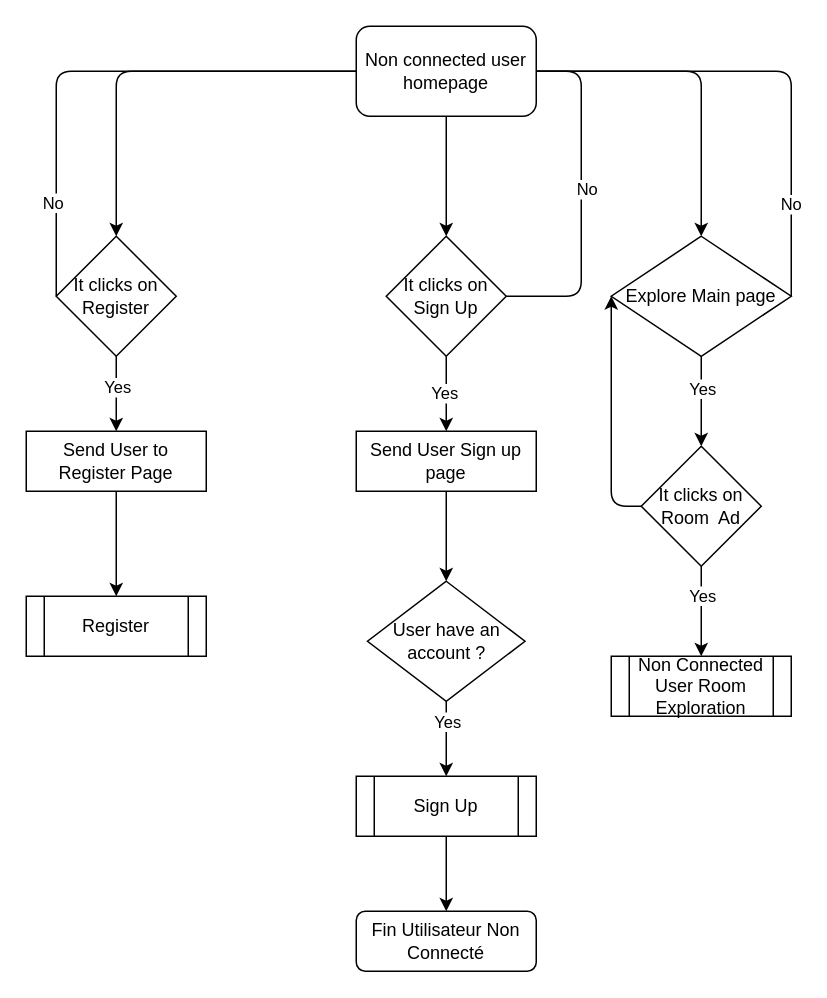
Earlier version of the draw.io diagram prodDocs/Algoritme/SecondTry/NonConnectedUser/Roompage.drawio (Conchero/ecf-back). Source tidied: cells renumbered, new cells numbered last; positions are measured from the earlier drawing's top-left corner, leaving out a move shared by most shapes. Both pictures are drawn from the tidied source at 150%, with x=0, y=0 at pixel (26, 26).
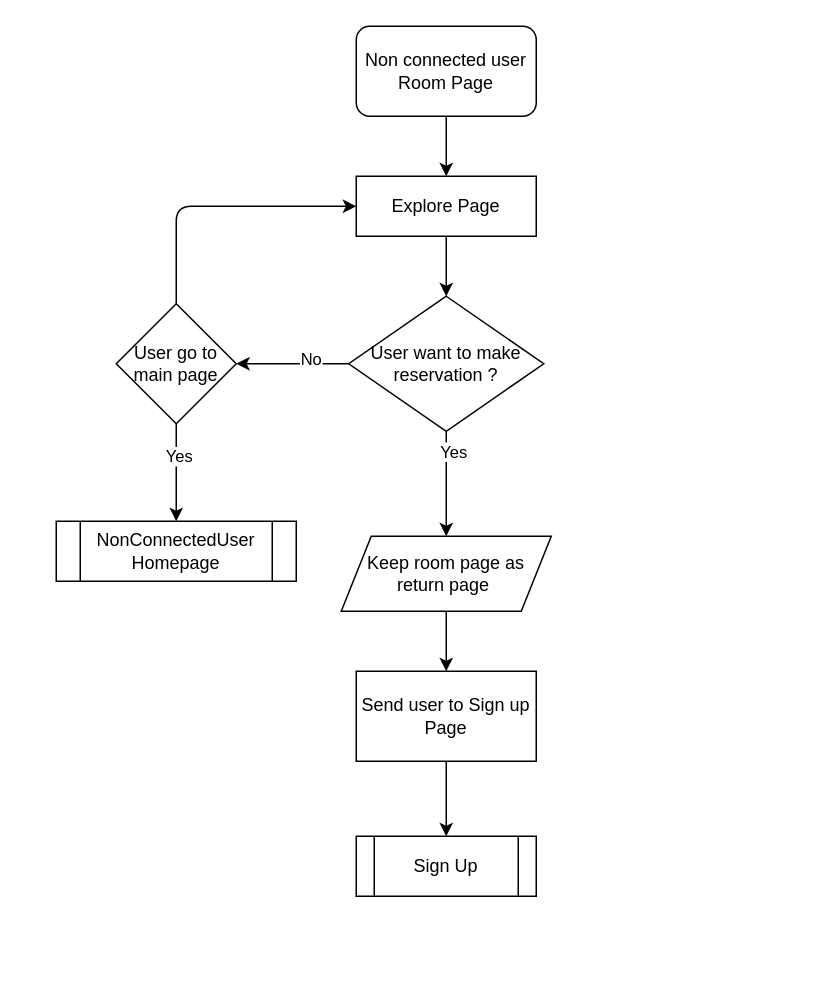
The same diagram, later.

Commit message (it also covers changes not shown here):
more algo switching to flux diagram branch

What changed in the source:
```diff
@@
-    <mxCell id="2" style="edgeStyle=none;html=1;entryX=0.5;entryY=0;entryDx=0;entryDy=0;exitX=0;exitY=0.5;exitDx=0;exitDy=0;" parent="1" edge="1" source="5" target="9">
-      <mxGeometry relative="1" as="geometry">
-        <Array as="points">
-          <mxPoint x="60" y="30" />
-        </Array>
-      </mxGeometry>
-    </mxCell>
-    <mxCell id="3" style="edgeStyle=none;html=1;" parent="1" edge="1" source="5" target="14">
-      <mxGeometry relative="1" as="geometry" />
-    </mxCell>
-    <mxCell id="4" style="edgeStyle=none;html=1;entryX=0.5;entryY=0;entryDx=0;entryDy=0;" parent="1" edge="1" source="5" target="19">
-      <mxGeometry relative="1" as="geometry">
-        <Array as="points">
-          <mxPoint x="450" y="30" />
-        </Array>
-      </mxGeometry>
-    </mxCell>
+    <mxCell id="37" style="edgeStyle=none;html=1;" parent="1" edge="1" source="5" target="34">
+      <mxGeometry relative="1" as="geometry" />
+    </mxCell>
-    <mxCell id="5" value="Non connected user homepage" style="rounded=1;whiteSpace=wrap;html=1;" parent="1" vertex="1">
+    <mxCell id="5" value="Non connected user Room Page" style="rounded=1;whiteSpace=wrap;html=1;" parent="1" vertex="1">
       <mxGeometry x="220" width="120" height="60" as="geometry" />
     </mxCell>
-    <mxCell id="6" style="edgeStyle=none;html=1;entryX=0;entryY=0.5;entryDx=0;entryDy=0;exitX=0;exitY=0.5;exitDx=0;exitDy=0;endArrow=none;endFill=0;" parent="1" edge="1" source="9" target="5">
-      <mxGeometry relative="1" as="geometry">
-        <Array as="points">
-          <mxPoint x="20" y="30" />
-        </Array>
-      </mxGeometry>
-    </mxCell>
-    <mxCell id="7" value="No" style="edgeLabel;html=1;align=center;verticalAlign=middle;" parent="6" vertex="1">
-      <mxGeometry x="-0.64" y="3" relative="1" as="geometry" />
-    </mxCell>
-    <mxCell id="8" style="edgeStyle=none;html=1;" parent="1" edge="1" source="23" target="20">
-      <mxGeometry relative="1" as="geometry" />
-    </mxCell>
-    <mxCell id="9" value="It clicks on&lt;div&gt;Register&lt;/div&gt;" style="rhombus;whiteSpace=wrap;html=1;" parent="1" vertex="1">
-      <mxGeometry x="20" y="140" width="80" height="80" as="geometry" />
-    </mxCell>
-    <mxCell id="10" style="edgeStyle=none;html=1;entryX=1;entryY=0.5;entryDx=0;entryDy=0;exitX=1;exitY=0.5;exitDx=0;exitDy=0;endArrow=none;endFill=0;" parent="1" edge="1" source="14" target="5">
-      <mxGeometry relative="1" as="geometry">
-        <Array as="points">
-          <mxPoint x="370" y="180" />
-          <mxPoint x="370" y="30" />
-        </Array>
-      </mxGeometry>
-    </mxCell>
-    <mxCell id="11" value="No" style="edgeLabel;html=1;align=center;verticalAlign=middle;" parent="10" vertex="1">
-      <mxGeometry x="0.06" y="-3" relative="1" as="geometry" />
-    </mxCell>
-    <mxCell id="12" style="edgeStyle=none;html=1;" parent="1" edge="1" source="14" target="26">
-      <mxGeometry relative="1" as="geometry" />
-    </mxCell>
-    <mxCell id="13" value="Yes" style="edgeLabel;html=1;align=center;verticalAlign=middle;" parent="12" vertex="1">
-      <mxGeometry x="-0.03" y="-2" relative="1" as="geometry" />
-    </mxCell>
-    <mxCell id="14" value="It clicks on Sign Up" style="rhombus;whiteSpace=wrap;html=1;" parent="1" vertex="1">
-      <mxGeometry x="240" y="140" width="80" height="80" as="geometry" />
-    </mxCell>
-    <mxCell id="15" style="edgeStyle=none;html=1;entryX=1;entryY=0.5;entryDx=0;entryDy=0;exitX=1;exitY=0.5;exitDx=0;exitDy=0;endArrow=none;endFill=0;" parent="1" edge="1" source="19" target="5">
-      <mxGeometry relative="1" as="geometry">
-        <Array as="points">
-          <mxPoint x="510" y="30" />
-        </Array>
-      </mxGeometry>
-    </mxCell>
-    <mxCell id="16" value="No" style="edgeLabel;html=1;align=center;verticalAlign=middle;" parent="15" vertex="1">
-      <mxGeometry x="-0.61" y="1" relative="1" as="geometry" />
-    </mxCell>
-    <mxCell id="17" style="edgeStyle=none;html=1;" parent="1" edge="1" source="19" target="35">
-      <mxGeometry relative="1" as="geometry" />
-    </mxCell>
-    <mxCell id="18" value="Yes" style="edgeLabel;html=1;align=center;verticalAlign=middle;" parent="17" vertex="1">
-      <mxGeometry x="-0.3" relative="1" as="geometry" />
-    </mxCell>
-    <mxCell id="19" value="Explore Main page" style="rhombus;whiteSpace=wrap;html=1;" parent="1" vertex="1">
-      <mxGeometry x="390" y="140" width="120" height="80" as="geometry" />
-    </mxCell>
-    <mxCell id="20" value="Register" style="shape=process;whiteSpace=wrap;html=1;backgroundOutline=1;" parent="1" vertex="1">
-      <mxGeometry y="380" width="120" height="40" as="geometry" />
-    </mxCell>
-    <mxCell id="21" style="edgeStyle=none;html=1;" parent="1" edge="1" source="9" target="23">
-      <mxGeometry relative="1" as="geometry" />
-    </mxCell>
-    <mxCell id="22" value="Yes" style="edgeLabel;html=1;align=center;verticalAlign=middle;" parent="21" vertex="1">
-      <mxGeometry x="-0.2" y="3" relative="1" as="geometry">
-        <mxPoint x="-3" as="offset" />
-      </mxGeometry>
-    </mxCell>
-    <mxCell id="23" value="Send User to Register Page" style="rounded=0;whiteSpace=wrap;html=1;" parent="1" vertex="1">
-      <mxGeometry y="270" width="120" height="40" as="geometry" />
-    </mxCell>
-    <mxCell id="24" value="Fin Utilisateur Non Connecté" style="rounded=1;whiteSpace=wrap;html=1;" parent="1" vertex="1">
-      <mxGeometry x="220" y="590" width="120" height="40" as="geometry" />
-    </mxCell>
-    <mxCell id="25" style="edgeStyle=none;html=1;" parent="1" edge="1" source="26" target="28">
-      <mxGeometry relative="1" as="geometry" />
-    </mxCell>
-    <mxCell id="26" value="Send User Sign up page" style="rounded=0;whiteSpace=wrap;html=1;" parent="1" vertex="1">
-      <mxGeometry x="220" y="270" width="120" height="40" as="geometry" />
-    </mxCell>
-    <mxCell id="27" style="edgeStyle=none;html=1;" parent="1" edge="1" source="31" target="24">
-      <mxGeometry relative="1" as="geometry" />
-    </mxCell>
-    <mxCell id="28" value="User have an account ?" style="rhombus;whiteSpace=wrap;html=1;" parent="1" vertex="1">
-      <mxGeometry x="227.5" y="370" width="105" height="80" as="geometry" />
-    </mxCell>
-    <mxCell id="29" style="edgeStyle=none;html=1;" parent="1" edge="1" source="28" target="31">
-      <mxGeometry relative="1" as="geometry" />
-    </mxCell>
-    <mxCell id="30" value="Yes" style="edgeLabel;html=1;align=center;verticalAlign=middle;" parent="29" vertex="1">
-      <mxGeometry x="-0.49" y="3" relative="1" as="geometry">
-        <mxPoint x="-3" as="offset" />
-      </mxGeometry>
-    </mxCell>
+    <mxCell id="38" style="edgeStyle=none;html=1;" parent="1" edge="1" source="34" target="43">
+      <mxGeometry relative="1" as="geometry" />
+    </mxCell>
+    <mxCell id="34" value="Explore Page" style="rounded=0;whiteSpace=wrap;html=1;" parent="1" vertex="1">
+      <mxGeometry x="220" y="100" width="120" height="40" as="geometry" />
+    </mxCell>
+    <mxCell id="39" style="edgeStyle=none;html=1;" parent="1" edge="1" source="43" target="45">
+      <mxGeometry relative="1" as="geometry" />
+    </mxCell>
+    <mxCell id="40" value="Yes" style="edgeLabel;html=1;align=center;verticalAlign=middle;" parent="39" vertex="1">
+      <mxGeometry x="-0.62" y="4" relative="1" as="geometry" />
+    </mxCell>
+    <mxCell id="41" style="edgeStyle=none;html=1;" parent="1" edge="1" source="43" target="49">
+      <mxGeometry relative="1" as="geometry" />
+    </mxCell>
+    <mxCell id="42" value="No" style="edgeLabel;html=1;align=center;verticalAlign=middle;" parent="41" vertex="1">
+      <mxGeometry x="-0.3" y="-4" relative="1" as="geometry" />
+    </mxCell>
+    <mxCell id="43" value="User want to make reservation ?" style="rhombus;whiteSpace=wrap;html=1;" parent="1" vertex="1">
+      <mxGeometry x="215" y="180" width="130" height="90" as="geometry" />
+    </mxCell>
+    <mxCell id="44" style="edgeStyle=none;html=1;" parent="1" edge="1" source="45" target="52">
+      <mxGeometry relative="1" as="geometry" />
+    </mxCell>
+    <mxCell id="45" value="Keep room page as return page&amp;nbsp;" style="shape=parallelogram;perimeter=parallelogramPerimeter;whiteSpace=wrap;html=1;fixedSize=1;" parent="1" vertex="1">
+      <mxGeometry x="210" y="340" width="140" height="50" as="geometry" />
+    </mxCell>
+    <mxCell id="46" style="edgeStyle=none;html=1;" parent="1" edge="1" source="49" target="50">
+      <mxGeometry relative="1" as="geometry" />
+    </mxCell>
+    <mxCell id="47" value="Yes" style="edgeLabel;html=1;align=center;verticalAlign=middle;" parent="46" vertex="1">
+      <mxGeometry x="-0.35" y="1" relative="1" as="geometry" />
+    </mxCell>
+    <mxCell id="48" style="edgeStyle=none;html=1;entryX=0;entryY=0.5;entryDx=0;entryDy=0;exitX=0.5;exitY=0;exitDx=0;exitDy=0;" parent="1" edge="1" source="49" target="34">
+      <mxGeometry relative="1" as="geometry">
+        <Array as="points">
+          <mxPoint x="100" y="120" />
+        </Array>
+      </mxGeometry>
+    </mxCell>
+    <mxCell id="49" value="User go to main page" style="rhombus;whiteSpace=wrap;html=1;" parent="1" vertex="1">
+      <mxGeometry x="60" y="185" width="80" height="80" as="geometry" />
+    </mxCell>
+    <mxCell id="50" value="NonConnectedUser Homepage" style="shape=process;whiteSpace=wrap;html=1;backgroundOutline=1;" parent="1" vertex="1">
+      <mxGeometry x="20" y="330" width="160" height="40" as="geometry" />
+    </mxCell>
+    <mxCell id="51" style="edgeStyle=none;html=1;" parent="1" edge="1" source="52" target="31">
+      <mxGeometry relative="1" as="geometry" />
+    </mxCell>
+    <mxCell id="52" value="Send user to Sign up Page" style="rounded=0;whiteSpace=wrap;html=1;" parent="1" vertex="1">
+      <mxGeometry x="220" y="430" width="120" height="60" as="geometry" />
+    </mxCell>
     <mxCell id="31" value="Sign Up" style="shape=process;whiteSpace=wrap;html=1;backgroundOutline=1;" parent="1" vertex="1">
-      <mxGeometry x="220" y="500" width="120" height="40" as="geometry" />
+      <mxGeometry x="220" y="540" width="120" height="40" as="geometry" />
     </mxCell>
-    <mxCell id="32" style="edgeStyle=none;html=1;" parent="1" edge="1" source="35" target="36">
-      <mxGeometry relative="1" as="geometry" />
-    </mxCell>
-    <mxCell id="33" value="Yes" style="edgeLabel;html=1;align=center;verticalAlign=middle;" parent="32" vertex="1">
-      <mxGeometry x="-0.36" relative="1" as="geometry" />
-    </mxCell>
-    <mxCell id="34" style="edgeStyle=none;html=1;entryX=0;entryY=0.5;entryDx=0;entryDy=0;exitX=0;exitY=0.5;exitDx=0;exitDy=0;" parent="1" edge="1" source="35" target="19">
-      <mxGeometry relative="1" as="geometry">
-        <Array as="points">
-          <mxPoint x="390" y="320" />
-        </Array>
-      </mxGeometry>
-    </mxCell>
-    <mxCell id="35" value="It clicks on Room&amp;nbsp; Ad" style="rhombus;whiteSpace=wrap;html=1;" parent="1" vertex="1">
-      <mxGeometry x="410" y="280" width="80" height="80" as="geometry" />
-    </mxCell>
-    <mxCell id="36" value="Non Connected User Room Exploration" style="shape=process;whiteSpace=wrap;html=1;backgroundOutline=1;" parent="1" vertex="1">
-      <mxGeometry x="390" y="420" width="120" height="40" as="geometry" />
-    </mxCell>
```
